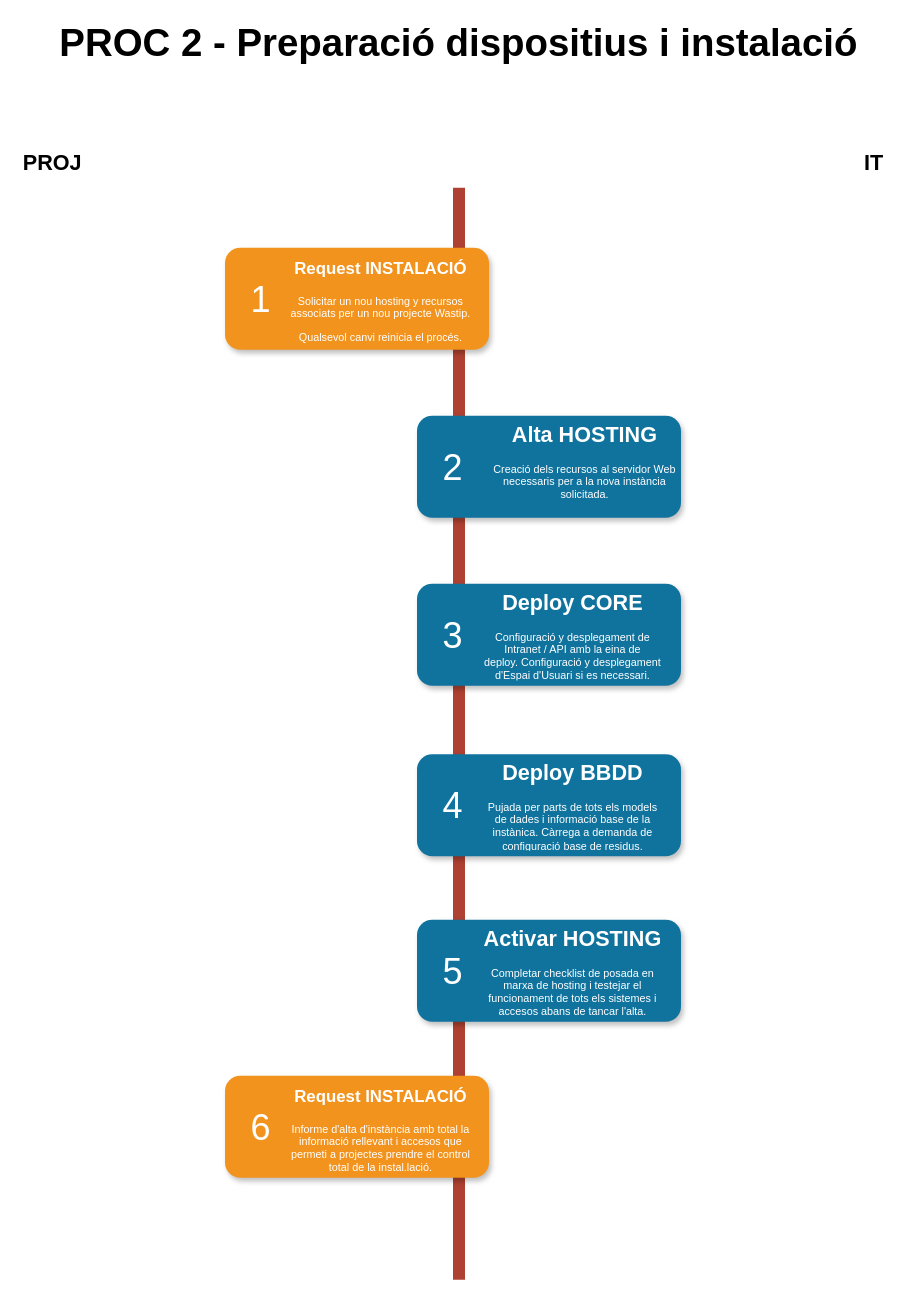
This is proc_2.drawio from drubio-moba/diagramas, a draw.io file, before an edit. Source tidied: cells renumbered, new cells numbered last; positions are measured from the earlier drawing's top-left corner, leaving out a move shared by most shapes. Both pictures are drawn from the tidied source at 120%, with x=0, y=0 at pixel (20, 31).
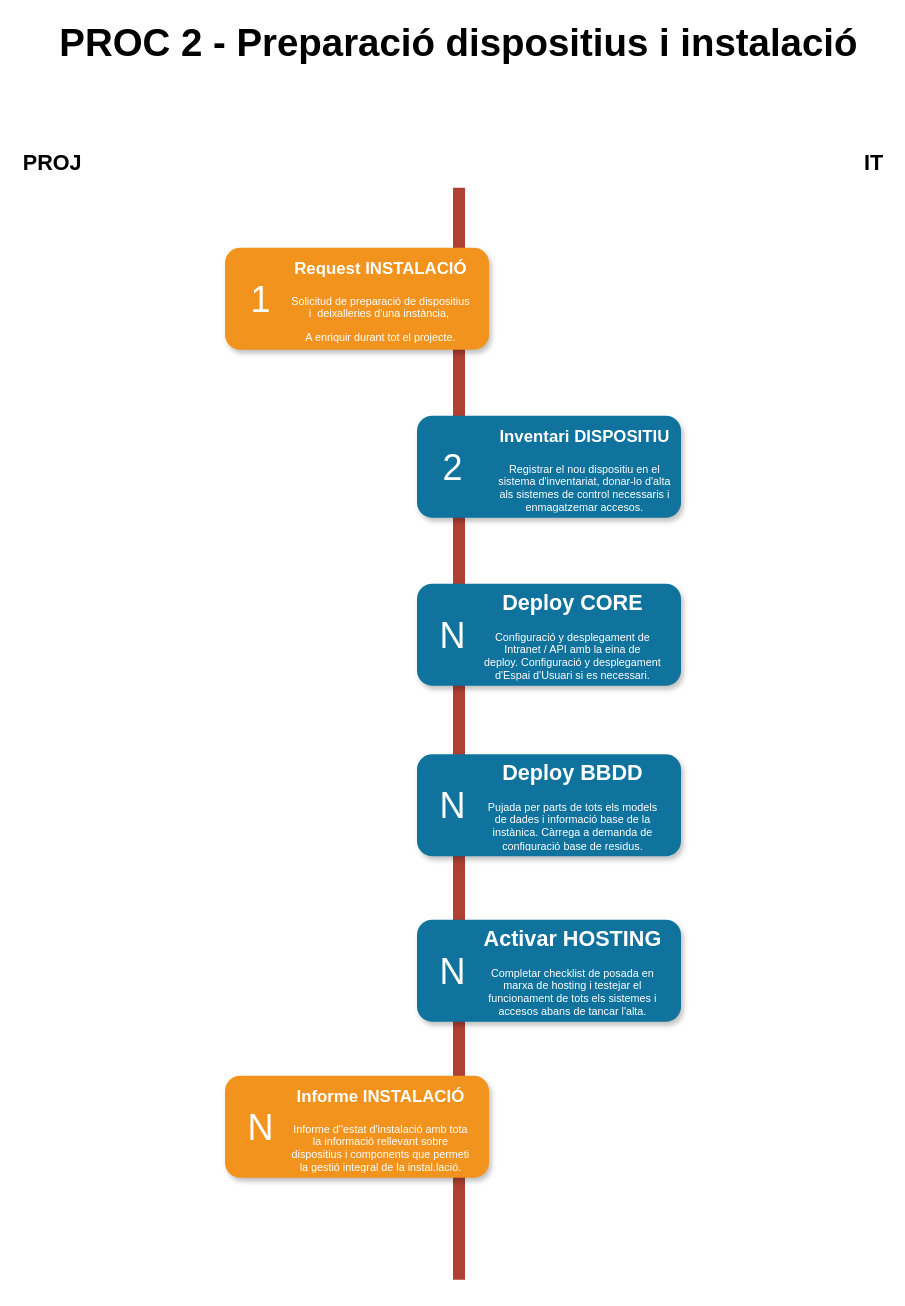
Above is the later version.

What changed in the source:
```diff
@@
-    <mxCell id="8" value="3" style="text;html=1;strokeColor=none;fillColor=none;align=center;verticalAlign=middle;whiteSpace=wrap;fontSize=30;fontColor=#FFFFFF;" parent="1" vertex="1">
+    <mxCell id="8" value="N" style="text;html=1;strokeColor=none;fillColor=none;align=center;verticalAlign=middle;whiteSpace=wrap;fontSize=30;fontColor=#FFFFFF;" parent="1" vertex="1">
       <mxGeometry x="340" y="493" width="40" height="20" as="geometry" />
     </mxCell>
@@
-    <mxCell id="10" value="6" style="text;html=1;strokeColor=none;fillColor=none;align=center;verticalAlign=middle;whiteSpace=wrap;fontSize=30;fontColor=#FFFFFF;" parent="1" vertex="1">
+    <mxCell id="10" value="N" style="text;html=1;strokeColor=none;fillColor=none;align=center;verticalAlign=middle;whiteSpace=wrap;fontSize=30;fontColor=#FFFFFF;" parent="1" vertex="1">
       <mxGeometry x="180" y="903" width="40" height="20" as="geometry" />
     </mxCell>
@@
-    <mxCell id="12" value="5" style="text;html=1;strokeColor=none;fillColor=none;align=center;verticalAlign=middle;whiteSpace=wrap;fontSize=30;fontColor=#FFFFFF;" parent="1" vertex="1">
+    <mxCell id="12" value="N" style="text;html=1;strokeColor=none;fillColor=none;align=center;verticalAlign=middle;whiteSpace=wrap;fontSize=30;fontColor=#FFFFFF;" parent="1" vertex="1">
       <mxGeometry x="340" y="773" width="40" height="20" as="geometry" />
     </mxCell>
-    <mxCell id="13" value="&lt;h1&gt;&lt;font style=&quot;font-size: 14px&quot;&gt;Request INSTALACIÓ&lt;/font&gt;&lt;/h1&gt;&lt;p&gt;Solicitar un nou hosting y recursos associats per un nou projecte Wastip.&lt;/p&gt;&lt;p&gt;Qualsevol canvi reinicia el procés.&lt;/p&gt;" style="text;html=1;spacing=5;spacingTop=-20;whiteSpace=wrap;overflow=hidden;strokeColor=none;strokeWidth=4;fillColor=none;gradientColor=#007FFF;fontSize=9;fontColor=#FFFFFF;align=center;" parent="1" vertex="1">
+    <mxCell id="13" value="&lt;h1&gt;&lt;font style=&quot;font-size: 14px&quot;&gt;Request INSTALACIÓ&lt;/font&gt;&lt;/h1&gt;&lt;p&gt;Solicitud de preparació de dispositius i&amp;nbsp; deixalleries d'una instància,&amp;nbsp;&lt;/p&gt;&lt;p&gt;A enriquir durant tot el projecte.&lt;/p&gt;&lt;p&gt;&lt;br&gt;&lt;/p&gt;" style="text;html=1;spacing=5;spacingTop=-20;whiteSpace=wrap;overflow=hidden;strokeColor=none;strokeWidth=4;fillColor=none;gradientColor=#007FFF;fontSize=9;fontColor=#FFFFFF;align=center;" parent="1" vertex="1">
       <mxGeometry x="220" y="184" width="160" height="77" as="geometry" />
     </mxCell>
-    <mxCell id="14" value="&lt;h1&gt;Alta HOSTING&lt;/h1&gt;&lt;p&gt;Creació dels recursos al servidor Web necessaris per a la nova instància solicitada.&lt;/p&gt;" style="text;html=1;spacing=5;spacingTop=-20;whiteSpace=wrap;overflow=hidden;strokeColor=none;strokeWidth=4;fillColor=none;gradientColor=#007FFF;fontSize=9;fontColor=#FFFFFF;align=center;" parent="1" vertex="1">
+    <mxCell id="14" value="&lt;h1&gt;&lt;font style=&quot;font-size: 14px&quot;&gt;Inventari DISPOSITIU&lt;/font&gt;&lt;/h1&gt;&lt;p&gt;Registrar el nou dispositiu en el sistema d'inventariat, donar-lo d'alta als sistemes de control necessaris i enmagatzemar accesos.&lt;/p&gt;" style="text;html=1;spacing=5;spacingTop=-20;whiteSpace=wrap;overflow=hidden;strokeColor=none;strokeWidth=4;fillColor=none;gradientColor=#007FFF;fontSize=9;fontColor=#FFFFFF;align=center;" parent="1" vertex="1">
       <mxGeometry x="390" y="324" width="160" height="77" as="geometry" />
     </mxCell>
@@
-    <mxCell id="16" value="&lt;h1&gt;&lt;font style=&quot;font-size: 14px&quot;&gt;Request INSTALACIÓ&lt;/font&gt;&lt;/h1&gt;&lt;p&gt;Informe d'alta d'instància amb total la informació rellevant i accesos que permeti a projectes prendre el control total de la instal.lació.&lt;/p&gt;" style="text;html=1;spacing=5;spacingTop=-20;whiteSpace=wrap;overflow=hidden;strokeColor=none;strokeWidth=4;fillColor=none;gradientColor=#007FFF;fontSize=9;fontColor=#FFFFFF;align=center;" parent="1" vertex="1">
+    <mxCell id="16" value="&lt;h1&gt;&lt;font style=&quot;font-size: 14px&quot;&gt;Informe INSTALACIÓ&lt;/font&gt;&lt;/h1&gt;&lt;p&gt;Informe d''estat d'instalació amb tota la informació rellevant sobre dispositius i components que permeti la gestió integral de la instal.lació.&lt;/p&gt;" style="text;html=1;spacing=5;spacingTop=-20;whiteSpace=wrap;overflow=hidden;strokeColor=none;strokeWidth=4;fillColor=none;gradientColor=#007FFF;fontSize=9;fontColor=#FFFFFF;align=center;" parent="1" vertex="1">
       <mxGeometry x="220" y="874" width="160" height="77" as="geometry" />
     </mxCell>
@@
-    <mxCell id="21" value="4" style="text;html=1;strokeColor=none;fillColor=none;align=center;verticalAlign=middle;whiteSpace=wrap;fontSize=30;fontColor=#FFFFFF;" parent="1" vertex="1">
+    <mxCell id="21" value="N" style="text;html=1;strokeColor=none;fillColor=none;align=center;verticalAlign=middle;whiteSpace=wrap;fontSize=30;fontColor=#FFFFFF;" parent="1" vertex="1">
       <mxGeometry x="340" y="635" width="40" height="20" as="geometry" />
     </mxCell>
```
